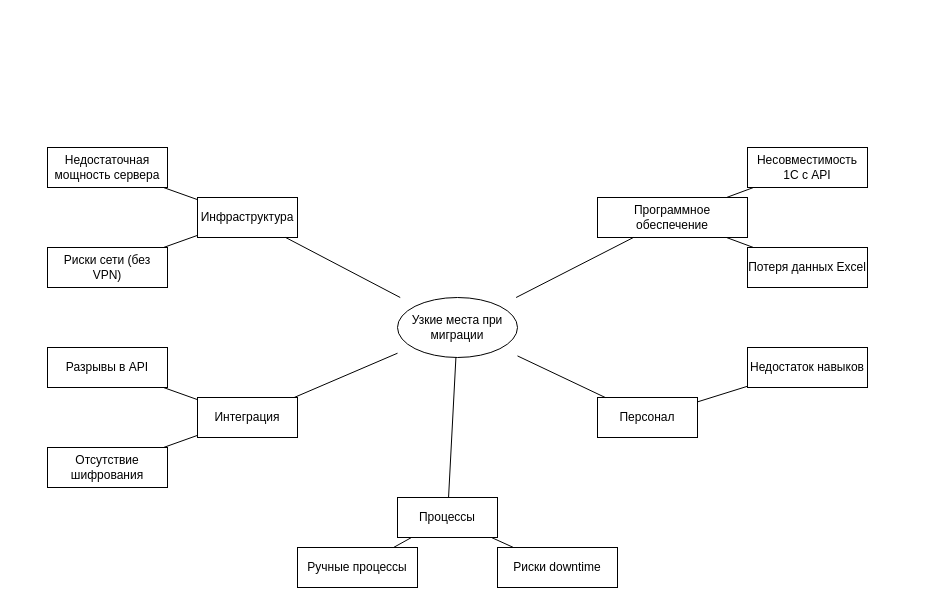
Before: task4/ishikawa.drawio in aussieman/yandex-architecture-medikamente, a draw.io diagram. Source tidied: cells renumbered, new cells numbered last; positions are measured from the earlier drawing's top-left corner, leaving out a move shared by most shapes. Both pictures are drawn from the tidied source at 100%, with x=0, y=0 at pixel (47, 147).
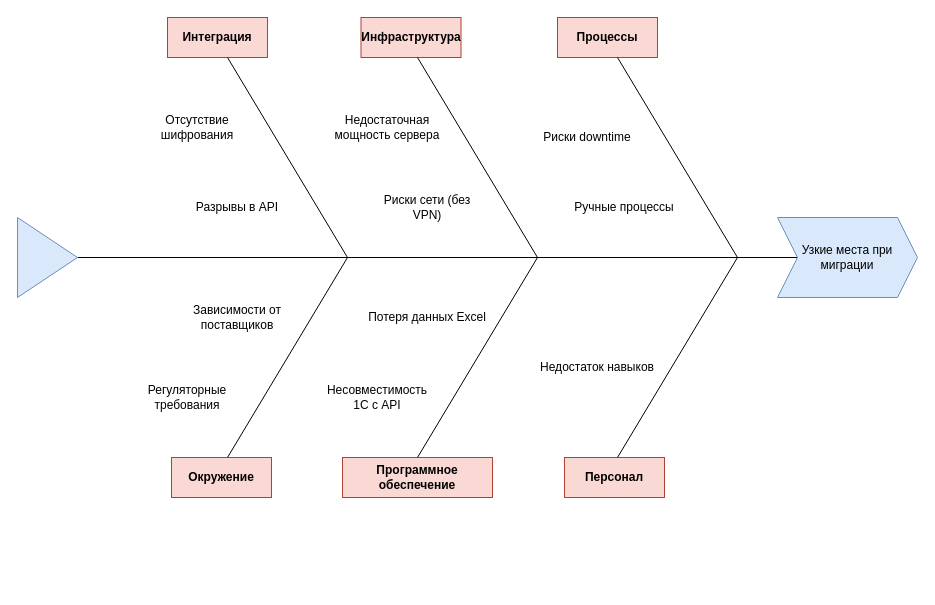
The same diagram, later.

Commit message (it also covers changes not shown here):
Ishikawa diagram fixed

Diff of the diagram source:
```diff
@@
-    <mxCell id="2" value="Узкие места при миграции" style="shape=ellipse;whiteSpace=wrap;html=1;" parent="1" vertex="1">
-      <mxGeometry x="350" y="150" width="120" height="60" as="geometry" />
-    </mxCell>
-    <mxCell id="3" value="Инфраструктура" style="shape=rectangle;whiteSpace=wrap;html=1;" parent="1" vertex="1">
-      <mxGeometry x="150" y="50" width="100" height="40" as="geometry" />
+    <mxCell id="3" value="Инфраструктура" style="shape=rectangle;whiteSpace=wrap;html=1;strokeColor=#ae4132;fontStyle=1;fillColor=#fad9d5;" parent="1" vertex="1">
+      <mxGeometry x="313.5" y="-130" width="100" height="40" as="geometry" />
     </mxCell>
-    <mxCell id="4" style="endArrow=none;html=1;" parent="1" edge="1" source="2" target="3">
-      <mxGeometry relative="1" as="geometry" />
-    </mxCell>
-    <mxCell id="5" value="Недостаточная мощность сервера" style="shape=rectangle;whiteSpace=wrap;html=1;" parent="1" vertex="1">
-      <mxGeometry width="120" height="40" as="geometry" />
+    <mxCell id="5" value="Недостаточная мощность сервера" style="shape=rectangle;whiteSpace=wrap;html=1;strokeColor=none;" parent="1" vertex="1">
+      <mxGeometry x="280" y="-40" width="120" height="40" as="geometry" />
     </mxCell>
-    <mxCell id="6" style="endArrow=none;html=1;" parent="1" edge="1" source="3" target="5">
-      <mxGeometry relative="1" as="geometry" />
-    </mxCell>
-    <mxCell id="7" value="Риски сети (без VPN)" style="shape=rectangle;whiteSpace=wrap;html=1;" parent="1" vertex="1">
-      <mxGeometry y="100" width="120" height="40" as="geometry" />
+    <mxCell id="7" value="Риски сети (без VPN)" style="shape=rectangle;whiteSpace=wrap;html=1;strokeColor=none;" parent="1" vertex="1">
+      <mxGeometry x="320" y="40" width="120" height="40" as="geometry" />
     </mxCell>
-    <mxCell id="8" style="endArrow=none;html=1;" parent="1" edge="1" source="3" target="7">
-      <mxGeometry relative="1" as="geometry" />
-    </mxCell>
-    <mxCell id="9" value="Программное обеспечение" style="shape=rectangle;whiteSpace=wrap;html=1;" parent="1" vertex="1">
-      <mxGeometry x="550" y="50" width="150" height="40" as="geometry" />
+    <mxCell id="9" value="Программное обеспечение" style="shape=rectangle;whiteSpace=wrap;html=1;strokeColor=#ae4132;fontStyle=1;fillColor=#fad9d5;" parent="1" vertex="1">
+      <mxGeometry x="295" y="310" width="150" height="40" as="geometry" />
     </mxCell>
-    <mxCell id="10" style="endArrow=none;html=1;" parent="1" edge="1" source="2" target="9">
-      <mxGeometry relative="1" as="geometry" />
-    </mxCell>
-    <mxCell id="11" value="Несовместимость 1С с API" style="shape=rectangle;whiteSpace=wrap;html=1;" parent="1" vertex="1">
-      <mxGeometry x="700" width="120" height="40" as="geometry" />
+    <mxCell id="11" value="Несовместимость 1С с API" style="shape=rectangle;whiteSpace=wrap;html=1;strokeColor=none;" parent="1" vertex="1">
+      <mxGeometry x="270" y="230" width="120" height="40" as="geometry" />
     </mxCell>
-    <mxCell id="12" style="endArrow=none;html=1;" parent="1" edge="1" source="9" target="11">
-      <mxGeometry relative="1" as="geometry" />
-    </mxCell>
-    <mxCell id="13" value="Потеря данных Excel" style="shape=rectangle;whiteSpace=wrap;html=1;" parent="1" vertex="1">
-      <mxGeometry x="700" y="100" width="120" height="40" as="geometry" />
+    <mxCell id="13" value="Потеря данных Excel" style="shape=rectangle;whiteSpace=wrap;html=1;strokeColor=none;" parent="1" vertex="1">
+      <mxGeometry x="320" y="150" width="120" height="40" as="geometry" />
     </mxCell>
-    <mxCell id="14" style="endArrow=none;html=1;" parent="1" edge="1" source="9" target="13">
-      <mxGeometry relative="1" as="geometry" />
-    </mxCell>
-    <mxCell id="15" value="Интеграция" style="shape=rectangle;whiteSpace=wrap;html=1;" parent="1" vertex="1">
-      <mxGeometry x="150" y="250" width="100" height="40" as="geometry" />
+    <mxCell id="15" value="Интеграция" style="shape=rectangle;whiteSpace=wrap;html=1;strokeColor=#ae4132;fontStyle=1;fillColor=#fad9d5;" parent="1" vertex="1">
+      <mxGeometry x="120" y="-130" width="100" height="40" as="geometry" />
     </mxCell>
-    <mxCell id="16" style="endArrow=none;html=1;" parent="1" edge="1" source="2" target="15">
-      <mxGeometry relative="1" as="geometry" />
-    </mxCell>
-    <mxCell id="17" value="Разрывы в API" style="shape=rectangle;whiteSpace=wrap;html=1;" parent="1" vertex="1">
-      <mxGeometry y="200" width="120" height="40" as="geometry" />
+    <mxCell id="17" value="Разрывы в API" style="shape=rectangle;whiteSpace=wrap;html=1;strokeColor=none;" parent="1" vertex="1">
+      <mxGeometry x="130" y="40" width="120" height="40" as="geometry" />
     </mxCell>
-    <mxCell id="18" style="endArrow=none;html=1;" parent="1" edge="1" source="15" target="17">
-      <mxGeometry relative="1" as="geometry" />
-    </mxCell>
-    <mxCell id="19" value="Отсутствие шифрования" style="shape=rectangle;whiteSpace=wrap;html=1;" parent="1" vertex="1">
-      <mxGeometry y="300" width="120" height="40" as="geometry" />
+    <mxCell id="19" value="Отсутствие шифрования" style="shape=rectangle;whiteSpace=wrap;html=1;strokeColor=none;" parent="1" vertex="1">
+      <mxGeometry x="90" y="-40" width="120" height="40" as="geometry" />
     </mxCell>
-    <mxCell id="20" style="endArrow=none;html=1;" parent="1" edge="1" source="15" target="19">
-      <mxGeometry relative="1" as="geometry" />
-    </mxCell>
-    <mxCell id="21" value="Персонал" style="shape=rectangle;whiteSpace=wrap;html=1;" parent="1" vertex="1">
-      <mxGeometry x="550" y="250" width="100" height="40" as="geometry" />
+    <mxCell id="21" value="Персонал" style="shape=rectangle;whiteSpace=wrap;html=1;strokeColor=#ae4132;fontStyle=1;fillColor=#fad9d5;" parent="1" vertex="1">
+      <mxGeometry x="517" y="310" width="100" height="40" as="geometry" />
     </mxCell>
-    <mxCell id="22" style="endArrow=none;html=1;" parent="1" edge="1" source="2" target="21">
-      <mxGeometry relative="1" as="geometry" />
-    </mxCell>
-    <mxCell id="23" value="Недостаток навыков" style="shape=rectangle;whiteSpace=wrap;html=1;" parent="1" vertex="1">
-      <mxGeometry x="700" y="200" width="120" height="40" as="geometry" />
+    <mxCell id="23" value="Недостаток навыков" style="shape=rectangle;whiteSpace=wrap;html=1;strokeColor=none;" parent="1" vertex="1">
+      <mxGeometry x="490" y="200" width="120" height="40" as="geometry" />
     </mxCell>
-    <mxCell id="24" style="endArrow=none;html=1;" parent="1" edge="1" source="21" target="23">
-      <mxGeometry relative="1" as="geometry" />
-    </mxCell>
-    <mxCell id="25" value="Процессы" style="shape=rectangle;whiteSpace=wrap;html=1;" parent="1" vertex="1">
-      <mxGeometry x="350" y="350" width="100" height="40" as="geometry" />
+    <mxCell id="25" value="Процессы" style="shape=rectangle;whiteSpace=wrap;html=1;strokeColor=#ae4132;fontStyle=1;fillColor=#fad9d5;" parent="1" vertex="1">
+      <mxGeometry x="510" y="-130" width="100" height="40" as="geometry" />
     </mxCell>
-    <mxCell id="26" style="endArrow=none;html=1;" parent="1" edge="1" source="2" target="25">
-      <mxGeometry relative="1" as="geometry" />
+    <mxCell id="26" style="endArrow=none;html=1;" parent="1" edge="1">
+      <mxGeometry relative="1" as="geometry">
+        <mxPoint x="690" y="110" as="sourcePoint" />
+        <mxPoint x="570" y="-90" as="targetPoint" />
+      </mxGeometry>
     </mxCell>
-    <mxCell id="27" value="Ручные процессы" style="shape=rectangle;whiteSpace=wrap;html=1;" parent="1" vertex="1">
-      <mxGeometry x="250" y="400" width="120" height="40" as="geometry" />
+    <mxCell id="27" value="Ручные процессы" style="shape=rectangle;whiteSpace=wrap;html=1;strokeColor=none;" parent="1" vertex="1">
+      <mxGeometry x="517" y="40" width="120" height="40" as="geometry" />
     </mxCell>
-    <mxCell id="28" style="endArrow=none;html=1;" parent="1" edge="1" source="25" target="27">
-      <mxGeometry relative="1" as="geometry" />
-    </mxCell>
-    <mxCell id="29" value="Риски downtime" style="shape=rectangle;whiteSpace=wrap;html=1;" parent="1" vertex="1">
-      <mxGeometry x="450" y="400" width="120" height="40" as="geometry" />
+    <mxCell id="29" value="Риски downtime" style="shape=rectangle;whiteSpace=wrap;html=1;strokeColor=none;" parent="1" vertex="1">
+      <mxGeometry x="480" y="-30" width="120" height="40" as="geometry" />
     </mxCell>
-    <mxCell id="30" style="endArrow=none;html=1;" parent="1" edge="1" source="25" target="29">
-      <mxGeometry relative="1" as="geometry" />
-    </mxCell>
+    <mxCell id="31" value="Окружение" style="shape=rectangle;whiteSpace=wrap;html=1;strokeColor=#ae4132;fontStyle=1;fillColor=#fad9d5;" parent="1" vertex="1">
+      <mxGeometry x="124" y="310" width="100" height="40" as="geometry" />
+    </mxCell>
+    <mxCell id="32" value="Регуляторные требования" style="shape=rectangle;whiteSpace=wrap;html=1;strokeColor=none;" parent="1" vertex="1">
+      <mxGeometry x="80" y="230" width="120" height="40" as="geometry" />
+    </mxCell>
+    <mxCell id="33" value="Зависимости от поставщиков" style="shape=rectangle;whiteSpace=wrap;html=1;strokeColor=none;" parent="1" vertex="1">
+      <mxGeometry x="130" y="150" width="120" height="40" as="geometry" />
+    </mxCell>
+    <mxCell id="34" style="endArrow=none;html=1;rounded=0;" parent="1" edge="1" target="2">
+      <mxGeometry relative="1" as="geometry">
+        <mxPoint x="30" y="110" as="sourcePoint" />
+      </mxGeometry>
+    </mxCell>
+    <mxCell id="35" style="endArrow=none;html=1;" parent="1" edge="1">
+      <mxGeometry relative="1" as="geometry">
+        <mxPoint x="570" y="310" as="sourcePoint" />
+        <mxPoint x="690" y="110" as="targetPoint" />
+      </mxGeometry>
+    </mxCell>
+    <mxCell id="36" style="endArrow=none;html=1;" parent="1" edge="1">
+      <mxGeometry relative="1" as="geometry">
+        <mxPoint x="490" y="110" as="sourcePoint" />
+        <mxPoint x="370" y="-90" as="targetPoint" />
+      </mxGeometry>
+    </mxCell>
+    <mxCell id="37" style="endArrow=none;html=1;" parent="1" edge="1">
+      <mxGeometry relative="1" as="geometry">
+        <mxPoint x="370" y="310" as="sourcePoint" />
+        <mxPoint x="490" y="110" as="targetPoint" />
+      </mxGeometry>
+    </mxCell>
+    <mxCell id="38" style="endArrow=none;html=1;" parent="1" edge="1">
+      <mxGeometry relative="1" as="geometry">
+        <mxPoint x="300" y="110" as="sourcePoint" />
+        <mxPoint x="180" y="-90" as="targetPoint" />
+      </mxGeometry>
+    </mxCell>
+    <mxCell id="39" style="endArrow=none;html=1;" parent="1" edge="1">
+      <mxGeometry relative="1" as="geometry">
+        <mxPoint x="180" y="310" as="sourcePoint" />
+        <mxPoint x="300" y="110" as="targetPoint" />
+      </mxGeometry>
+    </mxCell>
+    <mxCell id="40" style="triangle;whiteSpace=wrap;html=1;fillColor=#dae8fc;strokeColor=#6c8ebf;" parent="1" vertex="1">
+      <mxGeometry x="-30" y="70" width="60" height="80" as="geometry" />
+    </mxCell>
+    <mxCell id="2" value="Узкие места при миграции" style="shape=step;perimeter=stepPerimeter;whiteSpace=wrap;html=1;fixedSize=1;size=20;fillColor=#dae8fc;strokeColor=#6c8ebf;" parent="1" vertex="1">
+      <mxGeometry x="730" y="70" width="140" height="80" as="geometry" />
+    </mxCell>
```
